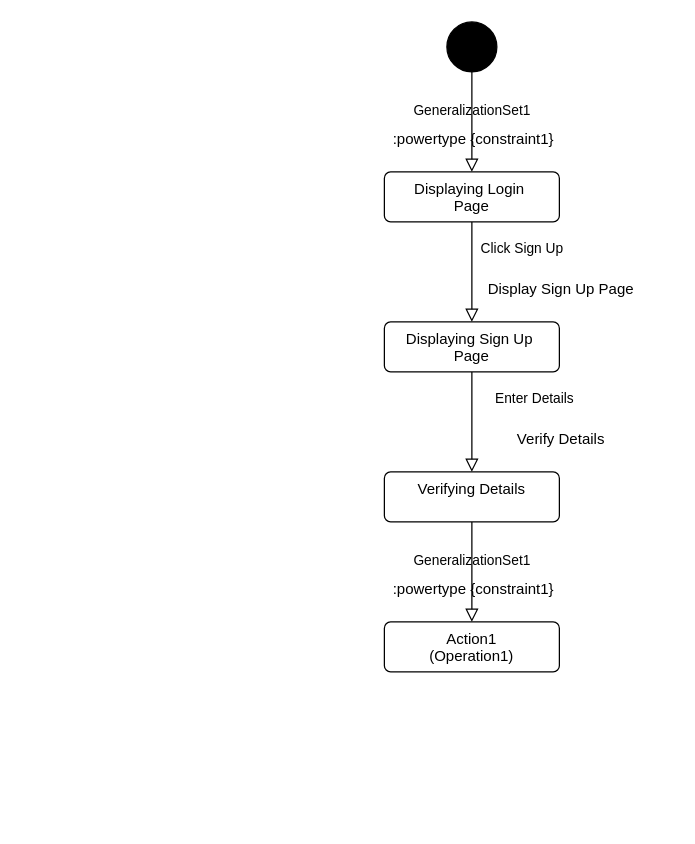
This is Use Case 3.drawio from AbdulmoizTalpur/Tutorial-week-3, a draw.io file, before an edit. Source tidied: cells renumbered, new cells numbered last; positions are measured from the earlier drawing's top-left corner, leaving out a move shared by most shapes. Both pictures are drawn from the tidied source at 125%, with x=0, y=0 at pixel (384, 21).
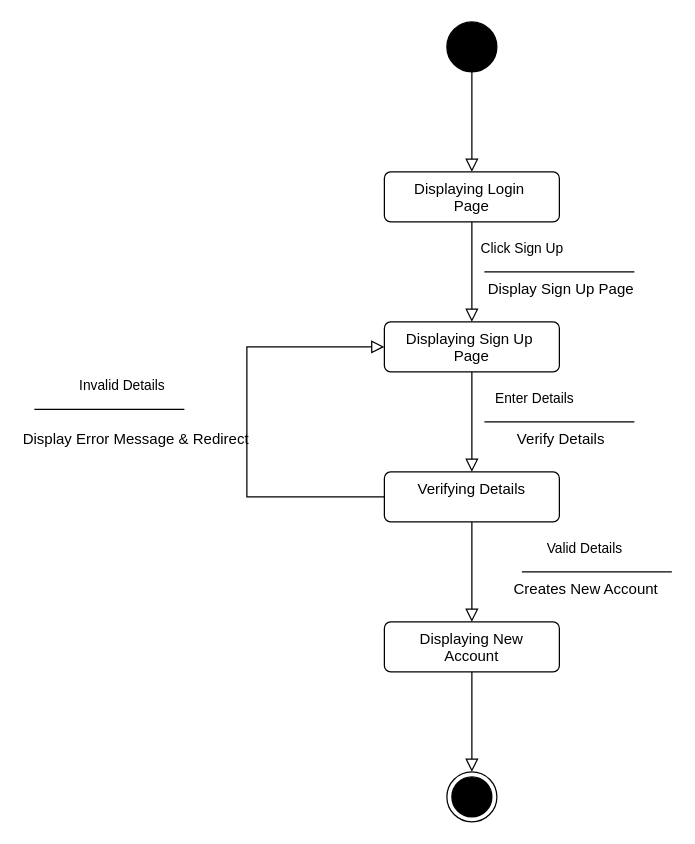
The same diagram, later.

Unchanged cells that the change refers to:
```xml
<mxCell id="2" style="ellipse;fillColor=strokeColor;html=1;" parent="1" vertex="1">
  <mxGeometry x="50" width="40" height="40" as="geometry" />
</mxCell>
<mxCell id="7" value="Displaying Sign Up&amp;nbsp;&lt;div&gt;Page&lt;/div&gt;" style="html=1;align=center;verticalAlign=top;rounded=1;absoluteArcSize=1;arcSize=10;dashed=0;whiteSpace=wrap;" parent="1" vertex="1">
  <mxGeometry y="240" width="140" height="40" as="geometry" />
</mxCell>
<mxCell id="11" value="Verifying Details" style="html=1;align=center;verticalAlign=top;rounded=1;absoluteArcSize=1;arcSize=10;dashed=0;whiteSpace=wrap;" parent="1" vertex="1">
  <mxGeometry y="360" width="140" height="40" as="geometry" />
</mxCell>
```

Diff of the diagram source:
```diff
@@
-    <mxCell id="3" value="GeneralizationSet1" style="endArrow=block;html=1;rounded=0;align=center;verticalAlign=bottom;endFill=0;labelBackgroundColor=none;endSize=8;exitX=0.5;exitY=1;exitDx=0;exitDy=0;" parent="1" edge="1" source="2">
+    <mxCell id="3" style="endArrow=block;html=1;rounded=0;align=center;verticalAlign=bottom;endFill=0;labelBackgroundColor=none;endSize=8;exitX=0.5;exitY=1;exitDx=0;exitDy=0;" parent="1" edge="1" source="2">
       <mxGeometry relative="1" as="geometry">
         <mxPoint x="70" y="120" as="targetPoint" />
       </mxGeometry>
     </mxCell>
-    <mxCell id="4" value=":powertype {constraint1}" style="html=1;align=center;verticalAlign=top;labelBackgroundColor=none;" parent="3" vertex="1">
+    <mxCell id="4" style="html=1;align=center;verticalAlign=top;labelBackgroundColor=none;" parent="3" vertex="1">
       <mxGeometry relative="1" as="geometry" />
     </mxCell>
@@
-    <mxCell id="12" value="GeneralizationSet1" style="endArrow=block;html=1;rounded=0;align=center;verticalAlign=bottom;endFill=0;labelBackgroundColor=none;endSize=8;exitX=0.5;exitY=1;exitDx=0;exitDy=0;" parent="1" edge="1" source="11">
-      <mxGeometry relative="1" as="geometry">
+    <mxCell id="12" value="Valid Details" style="endArrow=block;html=1;rounded=0;align=center;verticalAlign=bottom;endFill=0;labelBackgroundColor=none;endSize=8;exitX=0.5;exitY=1;exitDx=0;exitDy=0;" parent="1" edge="1" source="11">
+      <mxGeometry x="-0.25" y="90" relative="1" as="geometry">
         <mxPoint x="70" y="480" as="targetPoint" />
       </mxGeometry>
     </mxCell>
-    <mxCell id="13" value=":powertype {constraint1}" style="html=1;align=center;verticalAlign=top;labelBackgroundColor=none;" parent="12" vertex="1">
-      <mxGeometry relative="1" as="geometry" />
+    <mxCell id="13" value="Creates New Account" style="html=1;align=center;verticalAlign=top;labelBackgroundColor=none;" parent="12" vertex="1">
+      <mxGeometry relative="1" as="geometry">
+        <mxPoint x="90" as="offset" />
+      </mxGeometry>
     </mxCell>
-    <mxCell id="14" value="Action1&lt;br&gt;(Operation1)" style="html=1;align=center;verticalAlign=top;rounded=1;absoluteArcSize=1;arcSize=10;dashed=0;whiteSpace=wrap;" parent="1" vertex="1">
+    <mxCell id="14" value="Displaying New&lt;br&gt;Account" style="html=1;align=center;verticalAlign=top;rounded=1;absoluteArcSize=1;arcSize=10;dashed=0;whiteSpace=wrap;" parent="1" vertex="1">
       <mxGeometry y="480" width="140" height="40" as="geometry" />
     </mxCell>
+    <mxCell id="15" style="endArrow=none;html=1;endSize=12;startArrow=none;startSize=14;startFill=0;edgeStyle=orthogonalEdgeStyle;align=center;verticalAlign=bottom;endFill=0;rounded=0;" parent="1" edge="1">
+      <mxGeometry y="3" relative="1" as="geometry">
+        <mxPoint x="-280" y="310" as="sourcePoint" />
+        <mxPoint x="-160" y="310" as="targetPoint" />
+      </mxGeometry>
+    </mxCell>
+    <mxCell id="16" style="endArrow=none;html=1;endSize=12;startArrow=none;startSize=14;startFill=0;edgeStyle=orthogonalEdgeStyle;align=center;verticalAlign=bottom;endFill=0;rounded=0;" parent="1" edge="1">
+      <mxGeometry y="3" relative="1" as="geometry">
+        <mxPoint x="110" y="440" as="sourcePoint" />
+        <mxPoint x="230" y="440" as="targetPoint" />
+      </mxGeometry>
+    </mxCell>
+    <mxCell id="17" style="endArrow=none;html=1;endSize=12;startArrow=none;startSize=14;startFill=0;edgeStyle=orthogonalEdgeStyle;align=center;verticalAlign=bottom;endFill=0;rounded=0;" parent="1" edge="1">
+      <mxGeometry y="3" relative="1" as="geometry">
+        <mxPoint x="80" y="320" as="sourcePoint" />
+        <mxPoint x="200" y="320" as="targetPoint" />
+      </mxGeometry>
+    </mxCell>
+    <mxCell id="18" style="endArrow=none;html=1;endSize=12;startArrow=none;startSize=14;startFill=0;edgeStyle=orthogonalEdgeStyle;align=center;verticalAlign=bottom;endFill=0;rounded=0;" parent="1" edge="1">
+      <mxGeometry y="3" relative="1" as="geometry">
+        <mxPoint x="80" y="200" as="sourcePoint" />
+        <mxPoint x="200" y="200" as="targetPoint" />
+      </mxGeometry>
+    </mxCell>
+    <mxCell id="19" style="endArrow=block;html=1;rounded=0;align=center;verticalAlign=bottom;endFill=0;labelBackgroundColor=none;endSize=8;exitX=0.5;exitY=1;exitDx=0;exitDy=0;" parent="1" edge="1" source="14">
+      <mxGeometry relative="1" as="geometry">
+        <mxPoint x="70" y="600" as="targetPoint" />
+      </mxGeometry>
+    </mxCell>
+    <mxCell id="20" style="html=1;align=center;verticalAlign=top;labelBackgroundColor=none;" parent="19" vertex="1">
+      <mxGeometry relative="1" as="geometry" />
+    </mxCell>
+    <mxCell id="21" style="ellipse;html=1;shape=endState;fillColor=strokeColor;" parent="1" vertex="1">
+      <mxGeometry x="50" y="600" width="40" height="40" as="geometry" />
+    </mxCell>
+    <mxCell id="22" value="Invalid Details" style="endArrow=block;html=1;rounded=0;align=center;verticalAlign=bottom;endFill=0;labelBackgroundColor=none;endSize=8;exitX=0;exitY=0.5;exitDx=0;exitDy=0;entryX=0;entryY=0.5;entryDx=0;entryDy=0;" parent="1" edge="1" source="11" target="7">
+      <mxGeometry x="0.12" y="100" relative="1" as="geometry">
+        <Array as="points">
+          <mxPoint x="-110" y="380" />
+          <mxPoint x="-110" y="260" />
+        </Array>
+      </mxGeometry>
+    </mxCell>
+    <mxCell id="23" value="Display Error Message &amp;amp; Redirect" style="html=1;align=center;verticalAlign=top;labelBackgroundColor=none;" parent="22" vertex="1">
+      <mxGeometry relative="1" as="geometry">
+        <mxPoint x="-90" as="offset" />
+      </mxGeometry>
+    </mxCell>
```
